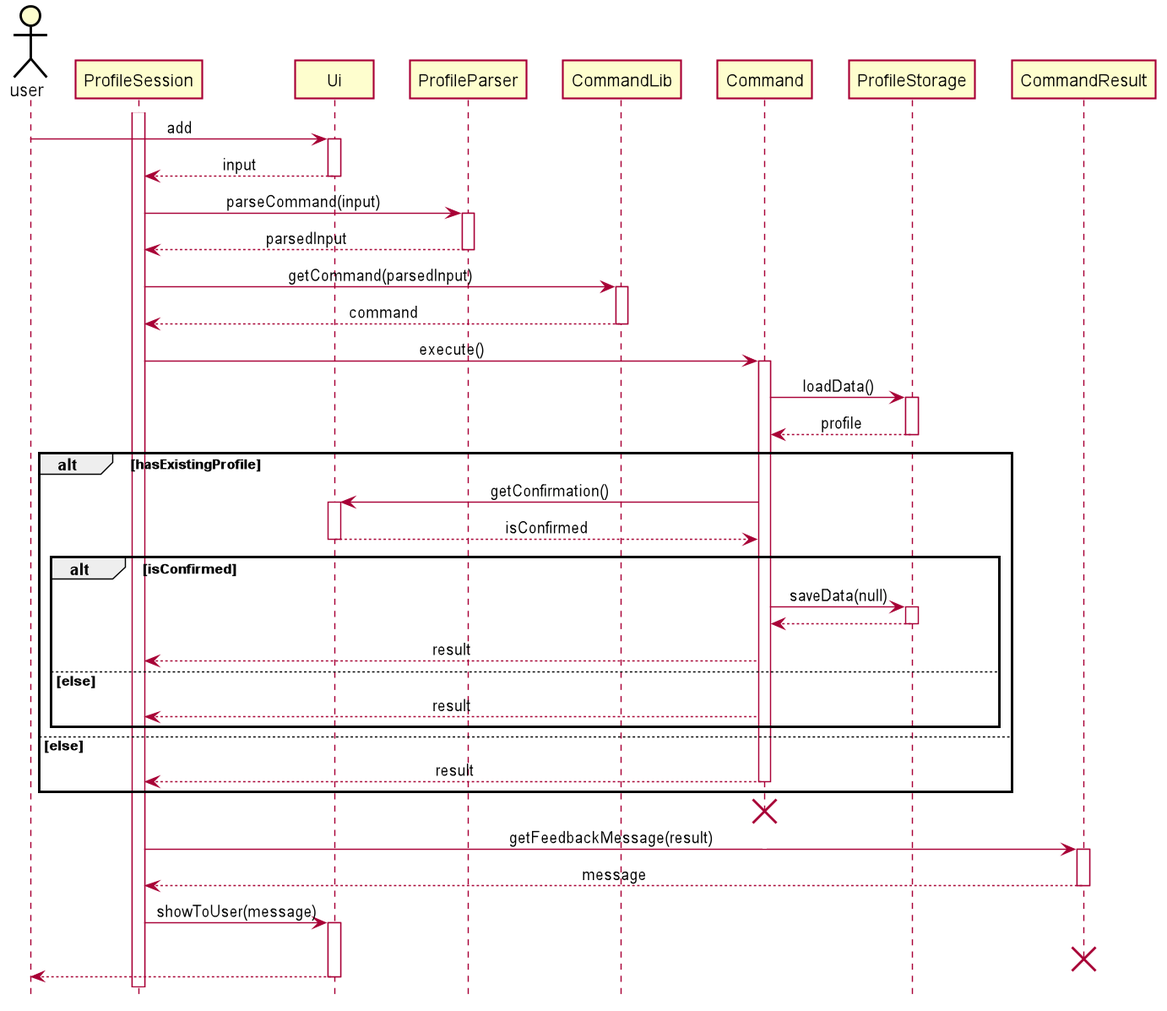
Before: docs/pictures/khoa/DeleteProfile.png, a diagram exported from PlantUML (zsk612/tp).
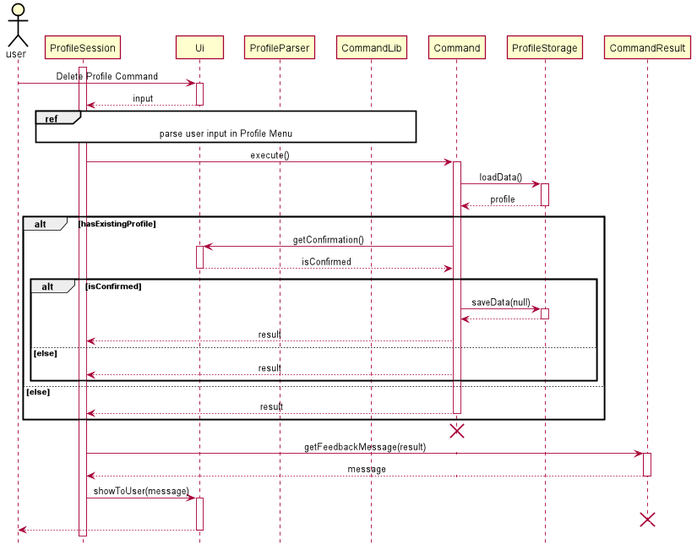
After the change.

Commit message:
Extract parsing input in Profile sequence diagrams

Diff of the diagram source:
```diff
@@ -43,14 +43,10 @@
 
 actor user
 activate ProfileSession
-user -> Ui++ : add
+user -> Ui++ : Delete Profile Command
 Ui --> ProfileSession -- : input
 
-ProfileSession -> ProfileParser ++ : parseCommand(input)
-ProfileParser --> ProfileSession -- : parsedInput
-
-ProfileSession -> CommandLib ++ : getCommand(parsedInput)
-CommandLib --> ProfileSession -- : command
+ref over ProfileSession, ProfileParser, CommandLib: parse user input in Profile Menu
 
 ProfileSession -> Command ++ : execute()
 Command -> ProfileStorage ++ : loadData()
```
